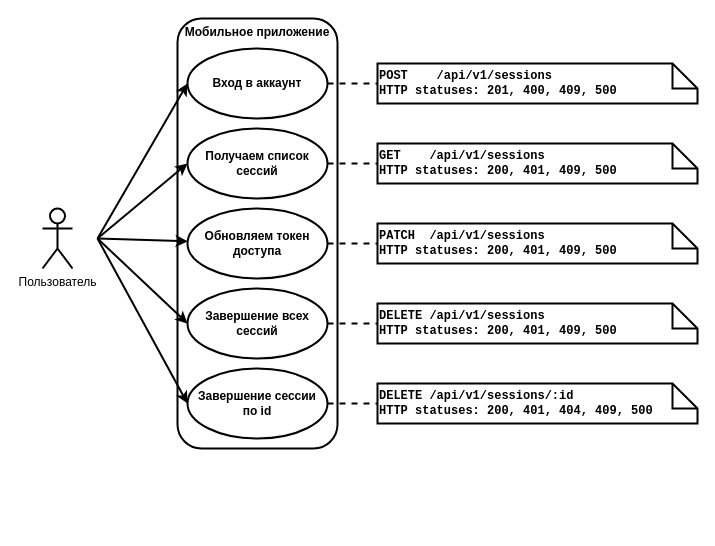
Before: sources/images/UML/UML_precedent_sessions.drawio in Pavel-Innokentevich-Galanin/dp_report, a draw.io diagram. Source tidied: cells renumbered, new cells numbered last; positions are measured from the earlier drawing's top-left corner, leaving out a move shared by most shapes. Both pictures are drawn from the tidied source at 100%, with x=0, y=0 at pixel (17, 18).
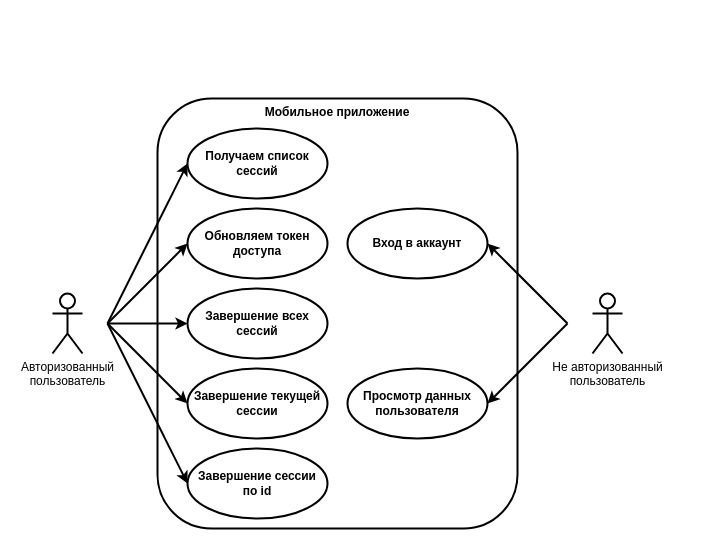
The same page after the edit.

The change refers to these unchanged cells:
```xml
<mxCell id="8" value="&lt;b&gt;Получаем список&lt;br&gt;сессий&lt;/b&gt;" style="ellipse;whiteSpace=wrap;html=1;strokeWidth=2;" parent="1" vertex="1">
  <mxGeometry x="170" y="110" width="140" height="70" as="geometry" />
</mxCell>
<mxCell id="10" value="&lt;b&gt;Обновляем токен доступа&lt;/b&gt;" style="ellipse;whiteSpace=wrap;html=1;strokeWidth=2;" parent="1" vertex="1">
  <mxGeometry x="170" y="190" width="140" height="70" as="geometry" />
</mxCell>
<mxCell id="12" value="&lt;b&gt;Завершение всех сессий&lt;/b&gt;" style="ellipse;whiteSpace=wrap;html=1;strokeWidth=2;" parent="1" vertex="1">
  <mxGeometry x="170" y="270" width="140" height="70" as="geometry" />
</mxCell>
```

What changed in the source:
```diff
@@
     <mxCell id="2" value="&amp;nbsp;" style="html=1;whiteSpace=wrap;strokeColor=none;fillColor=none;strokeWidth=2;" parent="1" vertex="1">
-      <mxGeometry y="160" width="80" height="120" as="geometry" />
+      <mxGeometry x="10" y="245" width="80" height="120" as="geometry" />
     </mxCell>
     <mxCell id="3" value="&lt;b&gt;Мобильное приложение&lt;/b&gt;" style="html=1;whiteSpace=wrap;rounded=1;strokeWidth=2;verticalAlign=top;" parent="1" vertex="1">
-      <mxGeometry x="160" width="160" height="430" as="geometry" />
+      <mxGeometry x="140" y="80" width="360" height="430" as="geometry" />
     </mxCell>
-    <mxCell id="4" value="Пользователь" style="shape=umlActor;verticalLabelPosition=bottom;verticalAlign=top;html=1;strokeWidth=2;" parent="1" vertex="1">
-      <mxGeometry x="25" y="190" width="30" height="60" as="geometry" />
+    <mxCell id="4" value="Авторизованный&lt;br&gt;пользователь" style="shape=umlActor;verticalLabelPosition=bottom;verticalAlign=top;html=1;strokeWidth=2;" parent="1" vertex="1">
+      <mxGeometry x="35" y="275" width="30" height="60" as="geometry" />
     </mxCell>
-    <mxCell id="5" style="rounded=0;jettySize=auto;html=1;exitX=1;exitY=0.5;exitDx=0;exitDy=0;entryX=0;entryY=0.5;entryDx=0;entryDy=0;entryPerimeter=0;dashed=1;strokeWidth=2;endArrow=none;endFill=0;" parent="1" edge="1" source="6" target="20">
-      <mxGeometry relative="1" as="geometry" />
-    </mxCell>
     <mxCell id="6" value="&lt;b&gt;Вход в аккаунт&lt;/b&gt;" style="ellipse;whiteSpace=wrap;html=1;strokeWidth=2;" parent="1" vertex="1">
-      <mxGeometry x="170" y="30" width="140" height="70" as="geometry" />
+      <mxGeometry x="330" y="190" width="140" height="70" as="geometry" />
     </mxCell>
-    <mxCell id="7" style="rounded=0;jettySize=auto;html=1;exitX=1;exitY=0.5;exitDx=0;exitDy=0;entryX=0;entryY=0.5;entryDx=0;entryDy=0;entryPerimeter=0;strokeWidth=2;dashed=1;endArrow=none;endFill=0;" parent="1" edge="1" source="8" target="21">
-      <mxGeometry relative="1" as="geometry" />
-    </mxCell>
@@
-    <mxCell id="9" style="rounded=0;jettySize=auto;html=1;exitX=1;exitY=0.5;exitDx=0;exitDy=0;dashed=1;strokeWidth=2;endArrow=none;endFill=0;" parent="1" edge="1" source="10" target="22">
-      <mxGeometry relative="1" as="geometry" />
-    </mxCell>
@@
-    <mxCell id="11" style="rounded=0;jettySize=auto;html=1;exitX=1;exitY=0.5;exitDx=0;exitDy=0;entryX=0;entryY=0.5;entryDx=0;entryDy=0;entryPerimeter=0;strokeWidth=2;dashed=1;endArrow=none;endFill=0;" parent="1" edge="1" source="12" target="23">
-      <mxGeometry relative="1" as="geometry" />
-    </mxCell>
@@
-    <mxCell id="13" style="rounded=0;jettySize=auto;html=1;exitX=1;exitY=0.5;exitDx=0;exitDy=0;endArrow=none;endFill=0;dashed=1;strokeWidth=2;" parent="1" edge="1" source="14" target="24">
-      <mxGeometry relative="1" as="geometry" />
-    </mxCell>
     <mxCell id="14" value="&lt;b&gt;Завершение сессии&lt;br&gt;по id&lt;/b&gt;" style="ellipse;whiteSpace=wrap;html=1;strokeWidth=2;" parent="1" vertex="1">
-      <mxGeometry x="170" y="350" width="140" height="70" as="geometry" />
+      <mxGeometry x="170" y="430" width="140" height="70" as="geometry" />
     </mxCell>
-    <mxCell id="15" style="rounded=0;jettySize=auto;html=1;exitX=1;exitY=0.5;exitDx=0;exitDy=0;entryX=0;entryY=0.5;entryDx=0;entryDy=0;strokeWidth=2;" parent="1" edge="1" source="2" target="6">
-      <mxGeometry relative="1" as="geometry" />
-    </mxCell>
@@
-    <mxCell id="17" style="rounded=0;jettySize=auto;html=1;exitX=1;exitY=0.5;exitDx=0;exitDy=0;strokeWidth=2;" parent="1" edge="1" source="2" target="10">
+    <mxCell id="17" style="rounded=0;jettySize=auto;html=1;exitX=1;exitY=0.5;exitDx=0;exitDy=0;strokeWidth=2;entryX=0;entryY=0.5;entryDx=0;entryDy=0;" parent="1" edge="1" source="2" target="10">
       <mxGeometry relative="1" as="geometry" />
     </mxCell>
@@
-    <mxCell id="20" value="POST&amp;nbsp; &amp;nbsp; /api/v1/sessions&lt;br&gt;HTTP statuses: 201, 400, 409, 500" style="shape=note2;boundedLbl=1;whiteSpace=wrap;html=1;size=25;verticalAlign=middle;align=left;strokeWidth=2;fontFamily=Courier New;fontStyle=1;" parent="1" vertex="1">
-      <mxGeometry x="360" y="45" width="320" height="40" as="geometry" />
-    </mxCell>
-    <mxCell id="21" value="GET&amp;nbsp; &amp;nbsp; /api/v1/sessions&lt;br&gt;HTTP statuses: 200, 401, 409, 500" style="shape=note2;boundedLbl=1;whiteSpace=wrap;html=1;size=25;verticalAlign=middle;align=left;strokeWidth=2;fontFamily=Courier New;fontStyle=1;" parent="1" vertex="1">
-      <mxGeometry x="360" y="125" width="320" height="40" as="geometry" />
-    </mxCell>
-    <mxCell id="22" value="PATCH&amp;nbsp; /api/v1/sessions&lt;br&gt;HTTP statuses: 200, 401, 409, 500" style="shape=note2;boundedLbl=1;whiteSpace=wrap;html=1;size=25;verticalAlign=middle;align=left;strokeWidth=2;fontFamily=Courier New;fontStyle=1;" parent="1" vertex="1">
-      <mxGeometry x="360" y="205" width="320" height="40" as="geometry" />
-    </mxCell>
-    <mxCell id="23" value="DELETE /api/v1/sessions&lt;br&gt;HTTP statuses: 200, 401, 409, 500" style="shape=note2;boundedLbl=1;whiteSpace=wrap;html=1;size=25;verticalAlign=middle;align=left;strokeWidth=2;fontFamily=Courier New;fontStyle=1;" parent="1" vertex="1">
-      <mxGeometry x="360" y="285" width="320" height="40" as="geometry" />
-    </mxCell>
-    <mxCell id="24" value="DELETE /api/v1/sessions/:id&lt;br&gt;HTTP statuses: 200, 401, 404, 409, 500" style="shape=note2;boundedLbl=1;whiteSpace=wrap;html=1;size=25;verticalAlign=middle;align=left;strokeWidth=2;fontFamily=Courier New;fontStyle=1;" parent="1" vertex="1">
-      <mxGeometry x="360" y="365" width="320" height="40" as="geometry" />
-    </mxCell>
+    <mxCell id="25" style="rounded=0;jettySize=auto;html=1;exitX=0;exitY=0.5;exitDx=0;exitDy=0;entryX=1;entryY=0.5;entryDx=0;entryDy=0;strokeWidth=2;" parent="1" edge="1" source="27" target="6">
+      <mxGeometry relative="1" as="geometry" />
+    </mxCell>
+    <mxCell id="26" style="rounded=0;jettySize=auto;html=1;exitX=0;exitY=0.5;exitDx=0;exitDy=0;entryX=1;entryY=0.5;entryDx=0;entryDy=0;strokeWidth=2;" parent="1" edge="1" source="27" target="31">
+      <mxGeometry relative="1" as="geometry" />
+    </mxCell>
+    <mxCell id="27" value="&amp;nbsp;" style="html=1;whiteSpace=wrap;strokeColor=none;fillColor=none;strokeWidth=2;" parent="1" vertex="1">
+      <mxGeometry x="550" y="245" width="80" height="120" as="geometry" />
+    </mxCell>
+    <mxCell id="28" value="Не авторизованный&lt;br&gt;пользователь" style="shape=umlActor;verticalLabelPosition=bottom;verticalAlign=top;html=1;strokeWidth=2;" parent="1" vertex="1">
+      <mxGeometry x="575" y="275" width="30" height="60" as="geometry" />
+    </mxCell>
+    <mxCell id="29" value="&lt;b&gt;Завершение текущей сессии&lt;/b&gt;" style="ellipse;whiteSpace=wrap;html=1;strokeWidth=2;" parent="1" vertex="1">
+      <mxGeometry x="170" y="350" width="140" height="70" as="geometry" />
+    </mxCell>
+    <mxCell id="30" style="rounded=0;jettySize=auto;html=1;exitX=1;exitY=0.5;exitDx=0;exitDy=0;entryX=0;entryY=0.5;entryDx=0;entryDy=0;strokeWidth=2;" parent="1" edge="1" source="2" target="29">
+      <mxGeometry relative="1" as="geometry" />
+    </mxCell>
+    <mxCell id="31" value="&lt;b&gt;Просмотр данных пользователя&lt;/b&gt;" style="ellipse;whiteSpace=wrap;html=1;strokeWidth=2;" parent="1" vertex="1">
+      <mxGeometry x="330" y="350" width="140" height="70" as="geometry" />
+    </mxCell>
```
